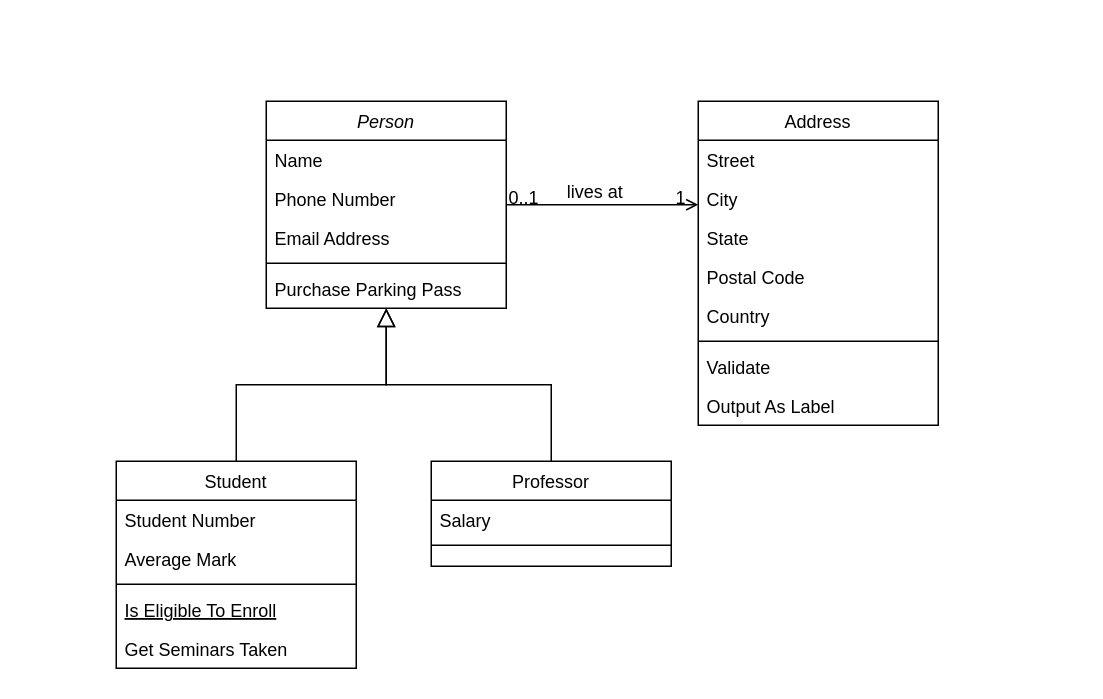
This is Diagrama sem nome.drawio from Sant-Thiago/Estudos, a draw.io file, before an edit. Source tidied: cells renumbered, new cells numbered last; positions are measured from the earlier drawing's top-left corner, leaving out a move shared by most shapes. Both pictures are drawn from the tidied source at 150%, with x=0, y=0 at pixel (116, 100).
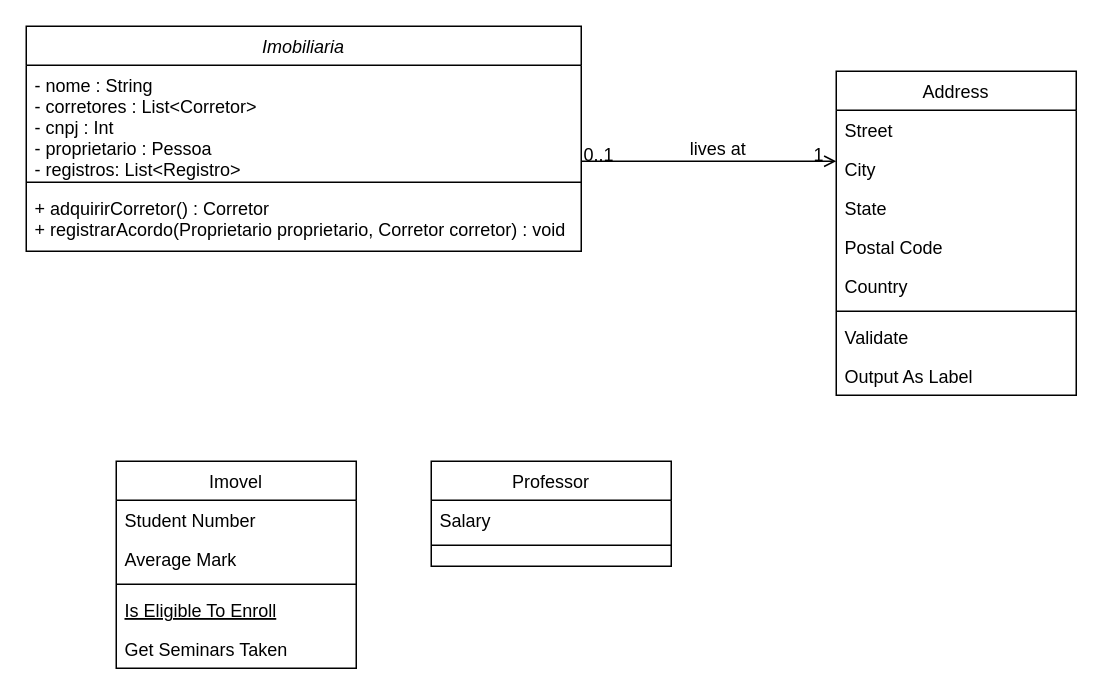
Above is the later version.

Unchanged cells that the change refers to:
```xml
<mxCell id="15" value="Professor" style="swimlane;fontStyle=0;align=center;verticalAlign=top;horizontal=1;startSize=26;rounded=0;shadow=0;strokeWidth=1;" parent="1" vertex="1">
  <mxGeometry x="210" y="240" width="160" height="70" as="geometry" />
</mxCell>
```

The edit, as a diff of the source:
```diff
@@
-    <mxCell id="2" value="Person" style="swimlane;fontStyle=2;align=center;verticalAlign=top;horizontal=1;startSize=26;rounded=0;shadow=0;strokeWidth=1;" parent="1" vertex="1">
-      <mxGeometry x="100" width="160" height="138" as="geometry" />
+    <mxCell id="2" value="Imobiliaria" style="swimlane;fontStyle=2;align=center;verticalAlign=top;horizontal=1;startSize=26;rounded=0;shadow=0;strokeWidth=1;" parent="1" vertex="1">
+      <mxGeometry x="-60" y="-50" width="370" height="150" as="geometry" />
     </mxCell>
-    <mxCell id="3" value="Name" style="text;align=left;verticalAlign=top;spacingLeft=4;spacingRight=4;overflow=hidden;" parent="2" vertex="1">
-      <mxGeometry y="26" width="160" height="26" as="geometry" />
+    <mxCell id="3" value="- nome : String&#10;- corretores : List&lt;Corretor&gt;&#10;- cnpj : Int&#10;- proprietario : Pessoa&#10;- registros: List&lt;Registro&gt;" style="text;align=left;verticalAlign=top;spacingLeft=4;spacingRight=4;overflow=hidden;" parent="2" vertex="1">
+      <mxGeometry y="26" width="370" height="74" as="geometry" />
     </mxCell>
-    <mxCell id="4" value="Phone Number" style="text;align=left;verticalAlign=top;spacingLeft=4;spacingRight=4;overflow=hidden;rounded=0;shadow=0;html=0;" parent="2" vertex="1">
-      <mxGeometry y="52" width="160" height="26" as="geometry" />
-    </mxCell>
-    <mxCell id="5" value="Email Address" style="text;align=left;verticalAlign=top;spacingLeft=4;spacingRight=4;overflow=hidden;rounded=0;shadow=0;html=0;" parent="2" vertex="1">
-      <mxGeometry y="78" width="160" height="26" as="geometry" />
-    </mxCell>
     <mxCell id="6" style="line;html=1;strokeWidth=1;align=left;verticalAlign=middle;spacingTop=-1;spacingLeft=3;spacingRight=3;labelPosition=right;" parent="2" vertex="1">
-      <mxGeometry y="104" width="160" height="8" as="geometry" />
+      <mxGeometry y="100" width="370" height="8" as="geometry" />
     </mxCell>
-    <mxCell id="7" value="Purchase Parking Pass" style="text;align=left;verticalAlign=top;spacingLeft=4;spacingRight=4;overflow=hidden;" parent="2" vertex="1">
-      <mxGeometry y="112" width="160" height="26" as="geometry" />
+    <mxCell id="7" value="+ adquirirCorretor() : Corretor&#10;+ registrarAcordo(Proprietario proprietario, Corretor corretor) : void&#10;" style="text;align=left;verticalAlign=top;spacingLeft=4;spacingRight=4;overflow=hidden;" parent="2" vertex="1">
+      <mxGeometry y="108" width="370" height="42" as="geometry" />
     </mxCell>
-    <mxCell id="8" value="Student" style="swimlane;fontStyle=0;align=center;verticalAlign=top;horizontal=1;startSize=26;rounded=0;shadow=0;strokeWidth=1;" parent="1" vertex="1">
+    <mxCell id="8" value="Imovel" style="swimlane;fontStyle=0;align=center;verticalAlign=top;horizontal=1;startSize=26;rounded=0;shadow=0;strokeWidth=1;" parent="1" vertex="1">
       <mxGeometry y="240" width="160" height="138" as="geometry" />
     </mxCell>
@@
-    <mxCell id="14" style="endArrow=block;endSize=10;endFill=0;shadow=0;strokeWidth=1;rounded=0;curved=0;edgeStyle=elbowEdgeStyle;elbow=vertical;" parent="1" edge="1" source="8" target="2">
-      <mxGeometry relative="1" as="geometry" />
-    </mxCell>
@@
-    <mxCell id="18" style="endArrow=block;endSize=10;endFill=0;shadow=0;strokeWidth=1;rounded=0;curved=0;edgeStyle=elbowEdgeStyle;elbow=vertical;" parent="1" edge="1" source="15" target="2">
-      <mxGeometry relative="1" as="geometry" />
-    </mxCell>
     <mxCell id="19" value="Address" style="swimlane;fontStyle=0;align=center;verticalAlign=top;horizontal=1;startSize=26;rounded=0;shadow=0;strokeWidth=1;" parent="1" vertex="1">
-      <mxGeometry x="388" width="160" height="216" as="geometry" />
+      <mxGeometry x="480" y="-20" width="160" height="216" as="geometry" />
     </mxCell>
```
